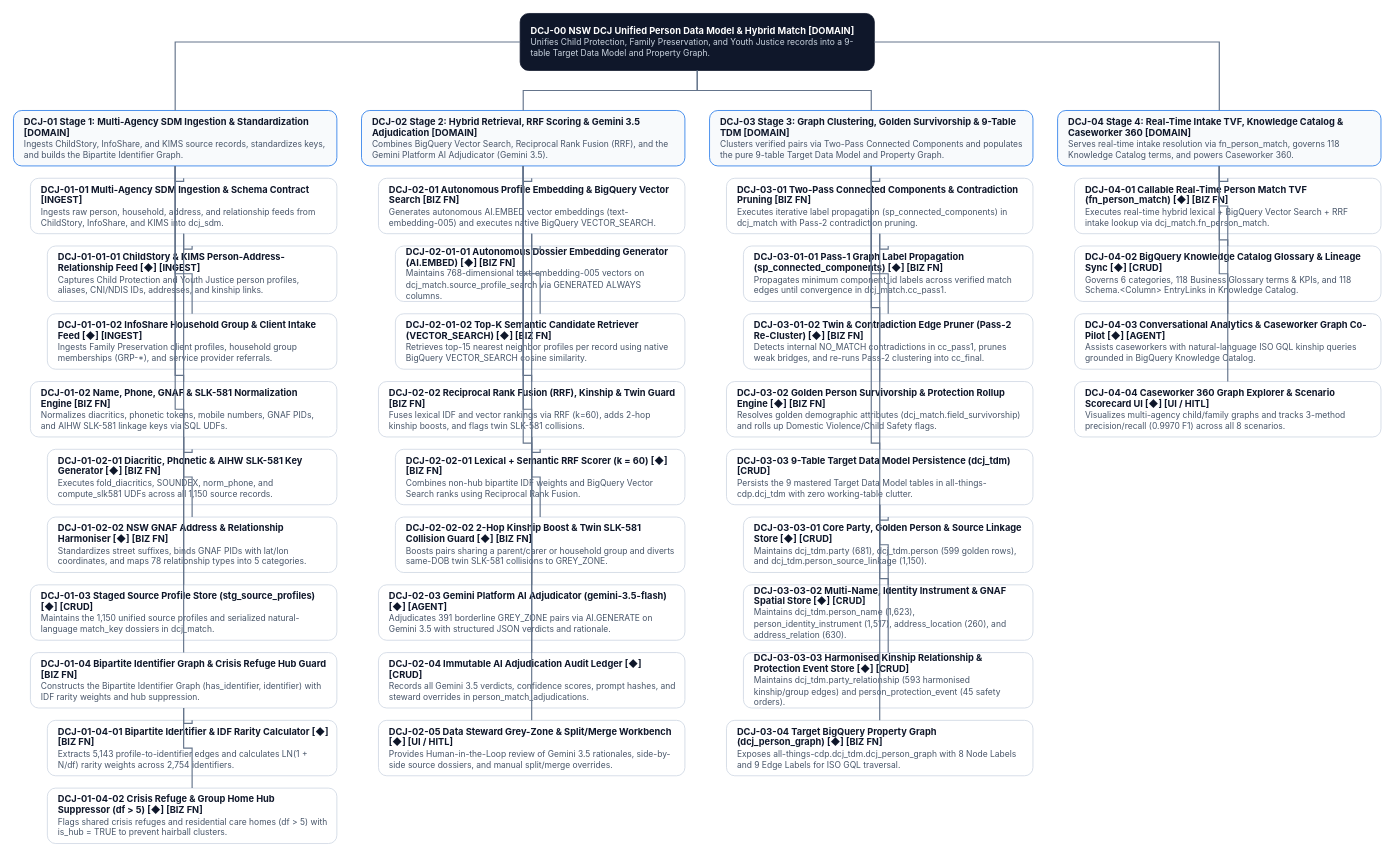
Above: dcj_fhd.drawio in MattATurner/citizen_match (draw.io), before the change. Source tidied: cells renumbered, new cells numbered last; positions are measured from the earlier drawing's top-left corner, leaving out a move shared by most shapes. Both pictures are drawn from the tidied source at 77%, with x=0, y=0 at pixel (13, 13).
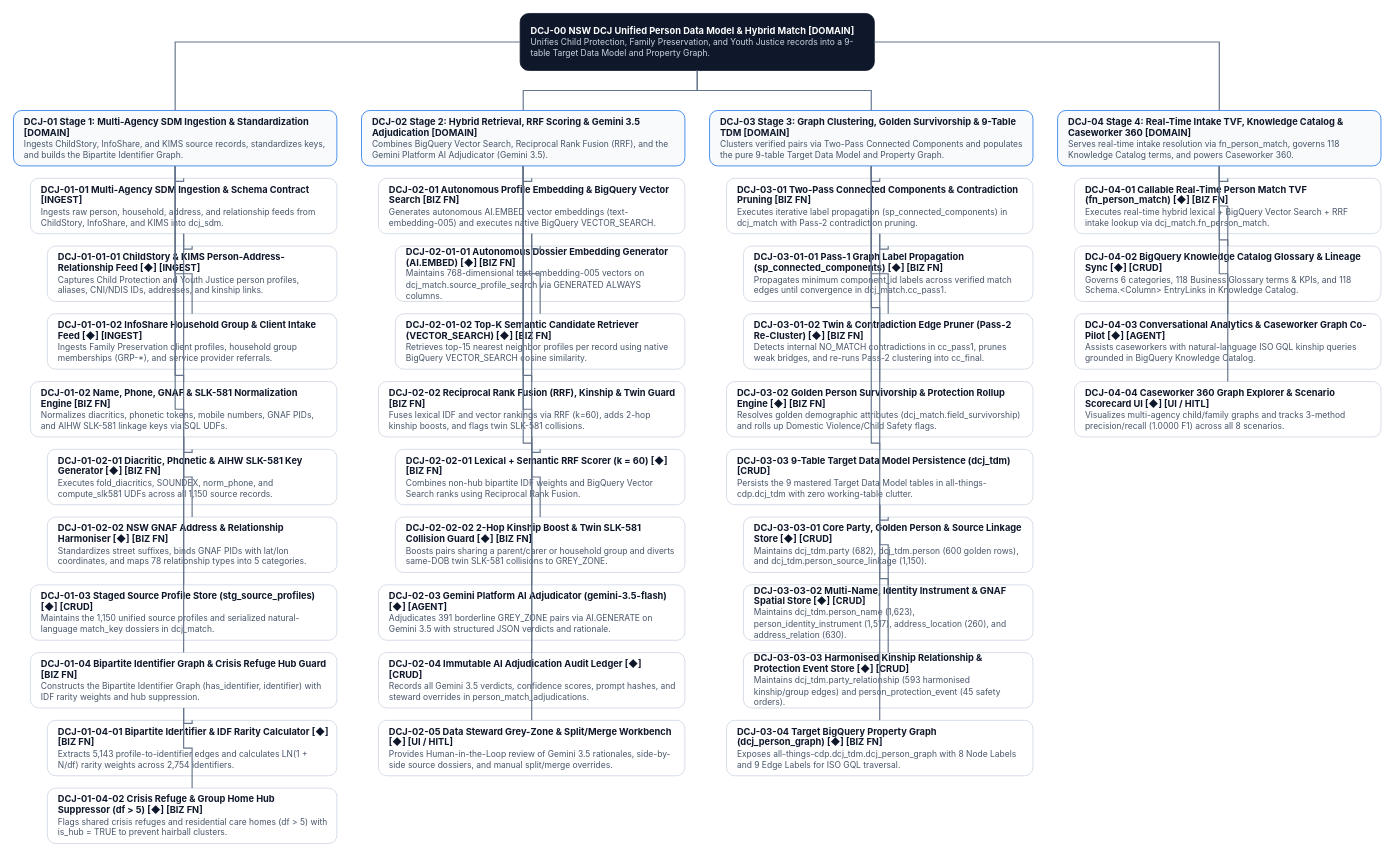
The same diagram, later.

The edit, as a diff of the source:
```diff
@@
-    <mxCell id="57" value="&lt;b&gt;DCJ-03-03-01  Core Party, Golden Person &amp;amp; Source Linkage Store [◆] [CRUD]&lt;/b&gt;&lt;br/&gt;&lt;font style='font-size:11px;color:#475569'&gt;Maintains dcj_tdm.party (681), dcj_tdm.person (599 golden rows), and dcj_tdm.person_source_linkage (1,150).&lt;/font&gt;" style="rounded=1;whiteSpace=wrap;html=1;align=left;verticalAlign=middle;spacingLeft=12;spacingRight=10;fillColor=#FFFFFF;strokeColor=#CBD5E1;fontColor=#0F172A;fontFamily=Inter;fontSize=12;" parent="1" vertex="1">
+    <mxCell id="57" value="&lt;b&gt;DCJ-03-03-01  Core Party, Golden Person &amp;amp; Source Linkage Store [◆] [CRUD]&lt;/b&gt;&lt;br/&gt;&lt;font style='font-size:11px;color:#475569'&gt;Maintains dcj_tdm.party (682), dcj_tdm.person (600 golden rows), and dcj_tdm.person_source_linkage (1,150).&lt;/font&gt;" style="rounded=1;whiteSpace=wrap;html=1;align=left;verticalAlign=middle;spacingLeft=12;spacingRight=10;fillColor=#FFFFFF;strokeColor=#CBD5E1;fontColor=#0F172A;fontFamily=Inter;fontSize=12;" parent="1" vertex="1">
       <mxGeometry x="948" y="654" width="376" height="72" as="geometry" />
     </mxCell>
@@
-    <mxCell id="73" value="&lt;b&gt;DCJ-04-04  Caseworker 360 Graph Explorer &amp;amp; Scenario Scorecard UI [◆] [UI / HITL]&lt;/b&gt;&lt;br/&gt;&lt;font style='font-size:11px;color:#475569'&gt;Visualizes multi-agency child/family graphs and tracks 3-method precision/recall (0.9970 F1) across all 8 scenarios.&lt;/font&gt;" style="rounded=1;whiteSpace=wrap;html=1;align=left;verticalAlign=middle;spacingLeft=12;spacingRight=10;fillColor=#FFFFFF;strokeColor=#CBD5E1;fontColor=#0F172A;fontFamily=Inter;fontSize=12;" parent="1" vertex="1">
+    <mxCell id="73" value="&lt;b&gt;DCJ-04-04  Caseworker 360 Graph Explorer &amp;amp; Scenario Scorecard UI [◆] [UI / HITL]&lt;/b&gt;&lt;br/&gt;&lt;font style='font-size:11px;color:#475569'&gt;Visualizes multi-agency child/family graphs and tracks 3-method precision/recall (1.0000 F1) across all 8 scenarios.&lt;/font&gt;" style="rounded=1;whiteSpace=wrap;html=1;align=left;verticalAlign=middle;spacingLeft=12;spacingRight=10;fillColor=#FFFFFF;strokeColor=#CBD5E1;fontColor=#0F172A;fontFamily=Inter;fontSize=12;" parent="1" vertex="1">
       <mxGeometry x="1378" y="478" width="398" height="72" as="geometry" />
     </mxCell>
```
